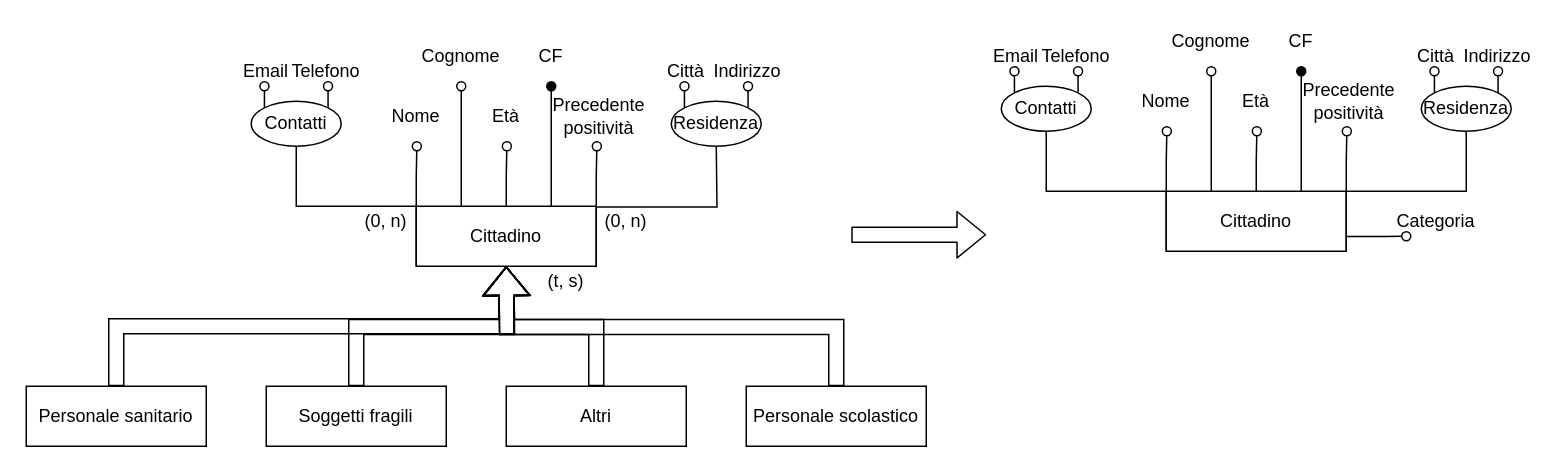
Earlier version of the draw.io diagram page "Gen.Cittadino" (5 of 6) of ER.drawio (TheFlonet/DB). Source tidied: cells renumbered, new cells numbered last; positions are measured from the earlier drawing's top-left corner, leaving out a move shared by most shapes. Both pictures are drawn from the tidied source at 150%, with x=0, y=0 at pixel (26, 26).
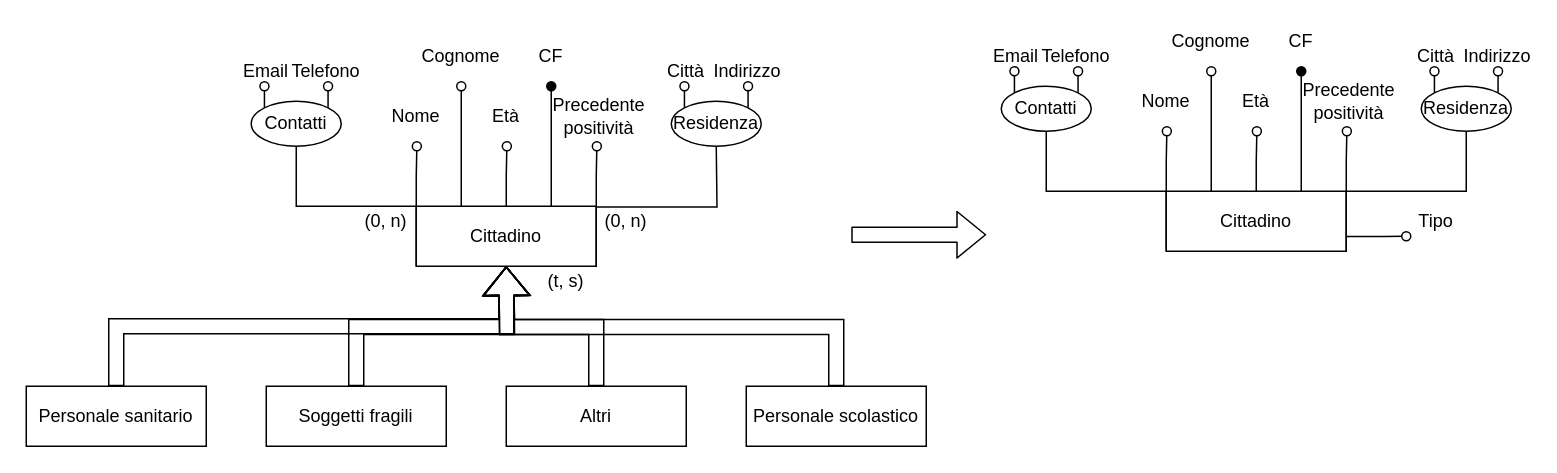
Above is the later version.

Diff of the diagram source:
```diff
@@
-    <mxCell id="26" value="Categoria" style="text;html=1;strokeColor=none;fillColor=none;align=center;verticalAlign=middle;whiteSpace=wrap;rounded=0;" parent="1" vertex="1">
+    <mxCell id="26" value="Tipo" style="text;html=1;strokeColor=none;fillColor=none;align=center;verticalAlign=middle;whiteSpace=wrap;rounded=0;" parent="1" vertex="1">
       <mxGeometry x="920" y="120" width="40" height="20" as="geometry" />
     </mxCell>
```
